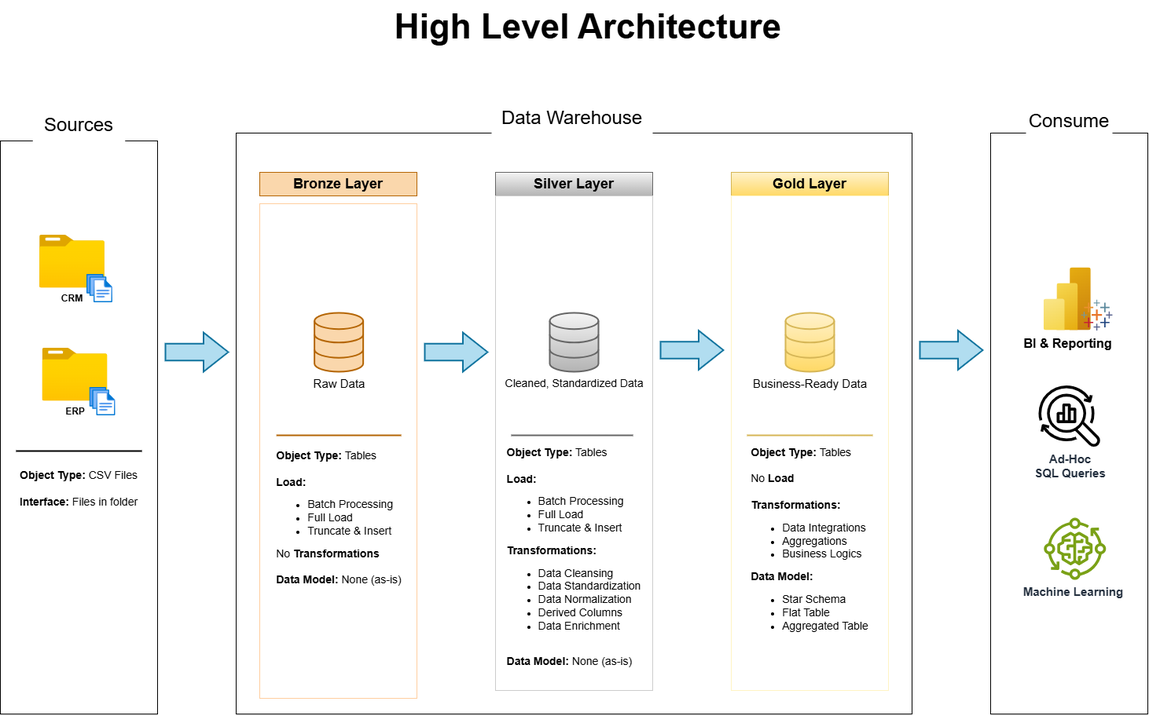
This is docs/data_architecture.png from adriacode/sql-data-warehouse-project, a draw.io export, as it was before one commit. Source tidied: cells renumbered, new cells last; positions are measured from the earlier drawing's top-left corner, leaving out a move shared by most shapes.
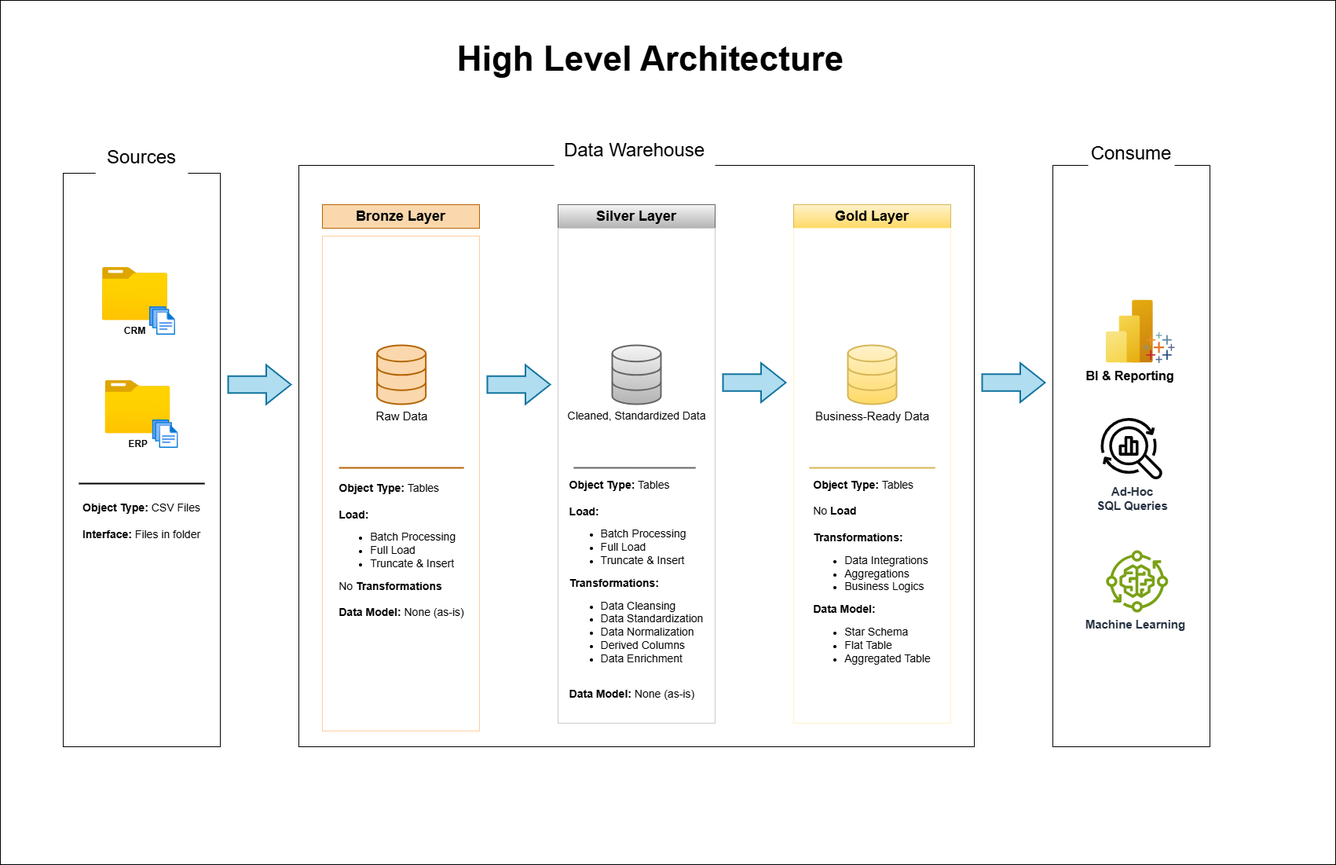
Above is the later version.

The edit, as a diff of the source:
```diff
@@ -2,6 +2,9 @@
   <root>
     <mxCell id="0" />
     <mxCell id="1" parent="0" />
+    <mxCell id="38" style="rounded=0;whiteSpace=wrap;html=1;" parent="1" vertex="1">
+      <mxGeometry x="-80" y="-40" width="1700" height="1100" as="geometry" />
+    </mxCell>
     <mxCell id="2" style="rounded=0;whiteSpace=wrap;html=1;" parent="1" vertex="1">
       <mxGeometry y="180" width="200" height="730" as="geometry" />
     </mxCell>
```
